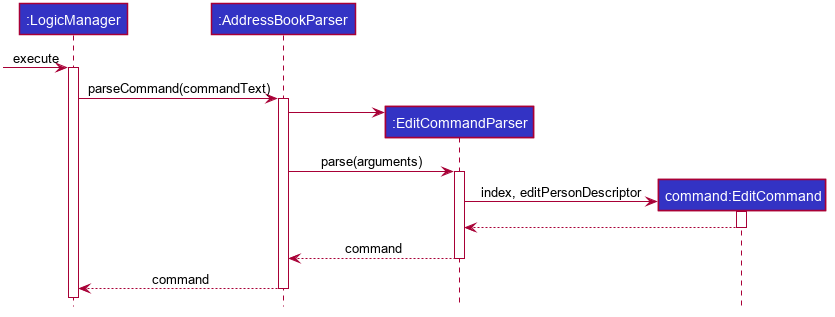
Before: docs/images/tracing/LogicSequenceDiagram.png, a diagram exported from PlantUML (nus-cs2103-AY2223S2/tp). Source of this version:
```plantuml
@startuml








skinparam BackgroundColor #FFFFFFF

skinparam Shadowing false

skinparam Class {
    FontColor #FFFFFF
    BorderThickness 1
    BorderColor #FFFFFF
    StereotypeFontColor #FFFFFF
    FontName Arial
}

skinparam Actor {
    BorderColor #000000
    Color #000000
    FontName Arial
}

skinparam Sequence {
    MessageAlign center
    BoxFontSize 15
    BoxPadding 0
    BoxFontColor #FFFFFF
    FontName Arial
}

skinparam Participant {
    FontColor #FFFFFFF
    Padding 20
}

skinparam MinClassWidth 50
skinparam ParticipantPadding 10
skinparam Shadowing false
skinparam DefaultTextAlignment center
skinparam packageStyle Rectangle

hide footbox
hide members
hide circle

Participant ":LogicManager" as logic #3333C4
Participant ":AddressBookParser" as abp #3333C4
Participant ":EditCommandParser" as ecp #3333C4
Participant "command:EditCommand" as ec #3333C4

[-> logic : execute
activate logic
logic -> abp ++: parseCommand(commandText)
create ecp
abp -> ecp
abp -> ecp ++: parse(arguments)
create ec
ecp -> ec ++: index, editPersonDescriptor
ec --> ecp --
ecp --> abp --: command
abp --> logic --: command

@enduml
```
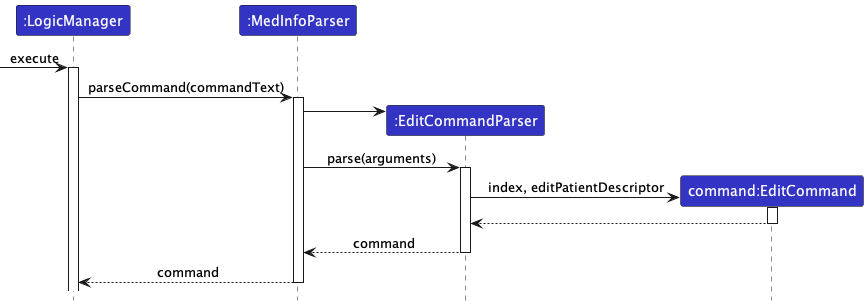
After the commit.

The edit, as a diff of the source:
```diff
@@ -1,57 +1,10 @@
 @startuml
+!include ../style.puml
 
-
-
-
-
-
-
-
-skinparam BackgroundColor #FFFFFFF
-
-skinparam Shadowing false
-
-skinparam Class {
-    FontColor #FFFFFF
-    BorderThickness 1
-    BorderColor #FFFFFF
-    StereotypeFontColor #FFFFFF
-    FontName Arial
-}
-
-skinparam Actor {
-    BorderColor #000000
-    Color #000000
-    FontName Arial
-}
-
-skinparam Sequence {
-    MessageAlign center
-    BoxFontSize 15
-    BoxPadding 0
-    BoxFontColor #FFFFFF
-    FontName Arial
-}
-
-skinparam Participant {
-    FontColor #FFFFFFF
-    Padding 20
-}
-
-skinparam MinClassWidth 50
-skinparam ParticipantPadding 10
-skinparam Shadowing false
-skinparam DefaultTextAlignment center
-skinparam packageStyle Rectangle
-
-hide footbox
-hide members
-hide circle
-
-Participant ":LogicManager" as logic #3333C4
-Participant ":AddressBookParser" as abp #3333C4
-Participant ":EditCommandParser" as ecp #3333C4
-Participant "command:EditCommand" as ec #3333C4
+Participant ":LogicManager" as logic LOGIC_COLOR
+Participant ":MedInfoParser" as abp LOGIC_COLOR
+Participant ":EditCommandParser" as ecp LOGIC_COLOR
+Participant "command:EditCommand" as ec LOGIC_COLOR
 
 [-> logic : execute
 activate logic
@@ -60,7 +13,7 @@
 abp -> ecp
 abp -> ecp ++: parse(arguments)
 create ec
-ecp -> ec ++: index, editPersonDescriptor
+ecp -> ec ++: index, editPatientDescriptor
 ec --> ecp --
 ecp --> abp --: command
 abp --> logic --: command
```
